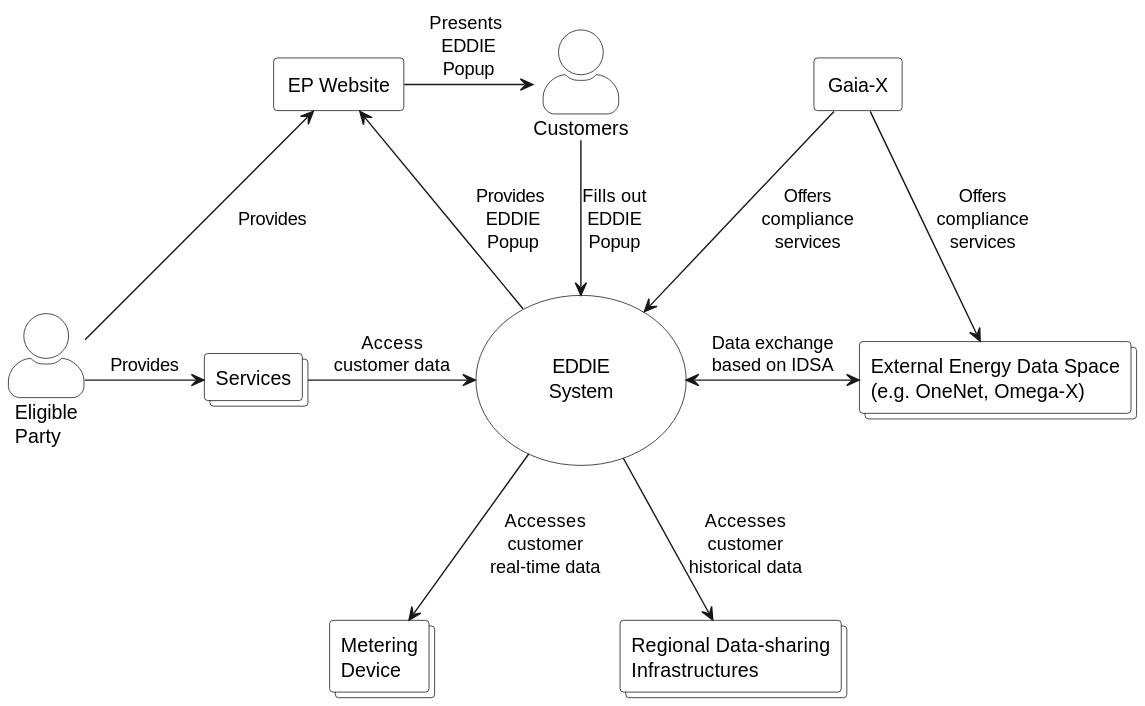
Before: arc42/system-scope-and-context/figures/context-diagram-dataspace.svg, a diagram exported from PlantUML (eddie-energy/architecture).
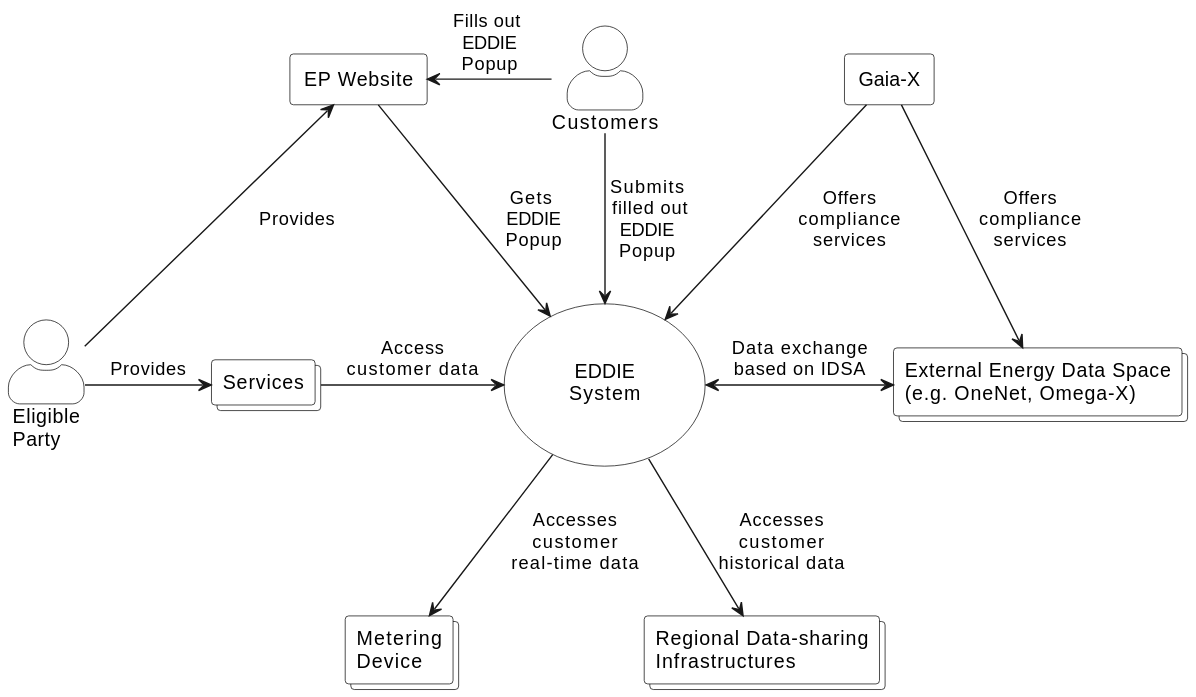
After the commit.

Commit message:
revise the system scope context diagram #90

Change to the diagram source:
```diff
@@ -37,14 +37,14 @@
 service -right-> eddie : Access\ncustomer data
 eddie -down-> regionalData : Accesses\ncustomer\nhistorical data
 eddie -down-> smartMeter : Accesses\ncustomer\nreal-time data
-eddie -left-> website : Provides \nEDDIE\nPopup
+eddie <-left- website : Gets \nEDDIE\nPopup
 smartMeter -[hidden] regionalData : \t\t\t
 
 
 ep -right-> service : Provides
 ep -up-> website : Provides
 
-website -right-> customer : Presents \nEDDIE\nPopup
-customer -down-> eddie : Fills out\nEDDIE\nPopup
+website <-right- customer : Fills out \nEDDIE\nPopup
+customer -down-> eddie : Submits\n filled out\nEDDIE\nPopup
 customer -[hidden]right- gaiaX : \t\t\t
 @enduml
```
